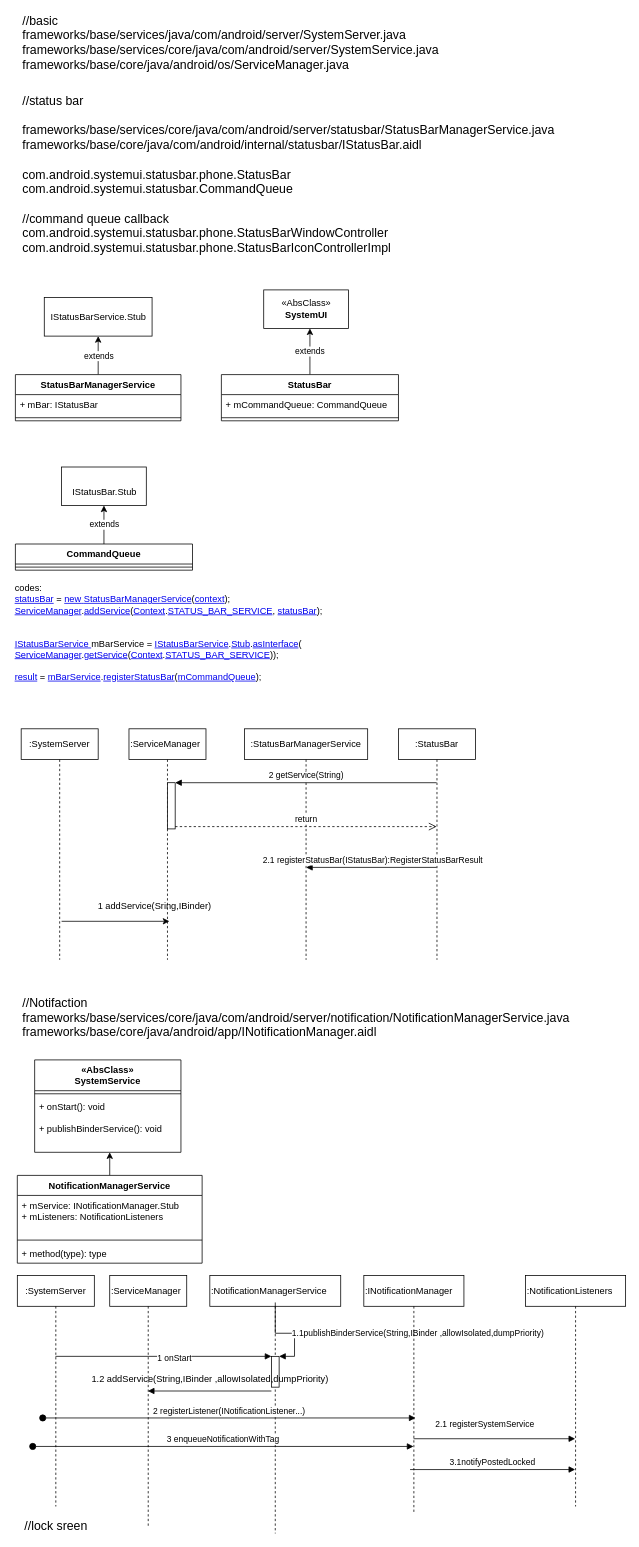
Earlier version of the draw.io diagram page "SystemUI" (2 of 14) of AF review.drawio (LBACK1912/chart). Source tidied: cells renumbered, new cells numbered last; positions are measured from the earlier drawing's top-left corner, leaving out a move shared by most shapes. Both pictures are drawn from the tidied source at 77%, with x=0, y=0 at pixel (13, 16).
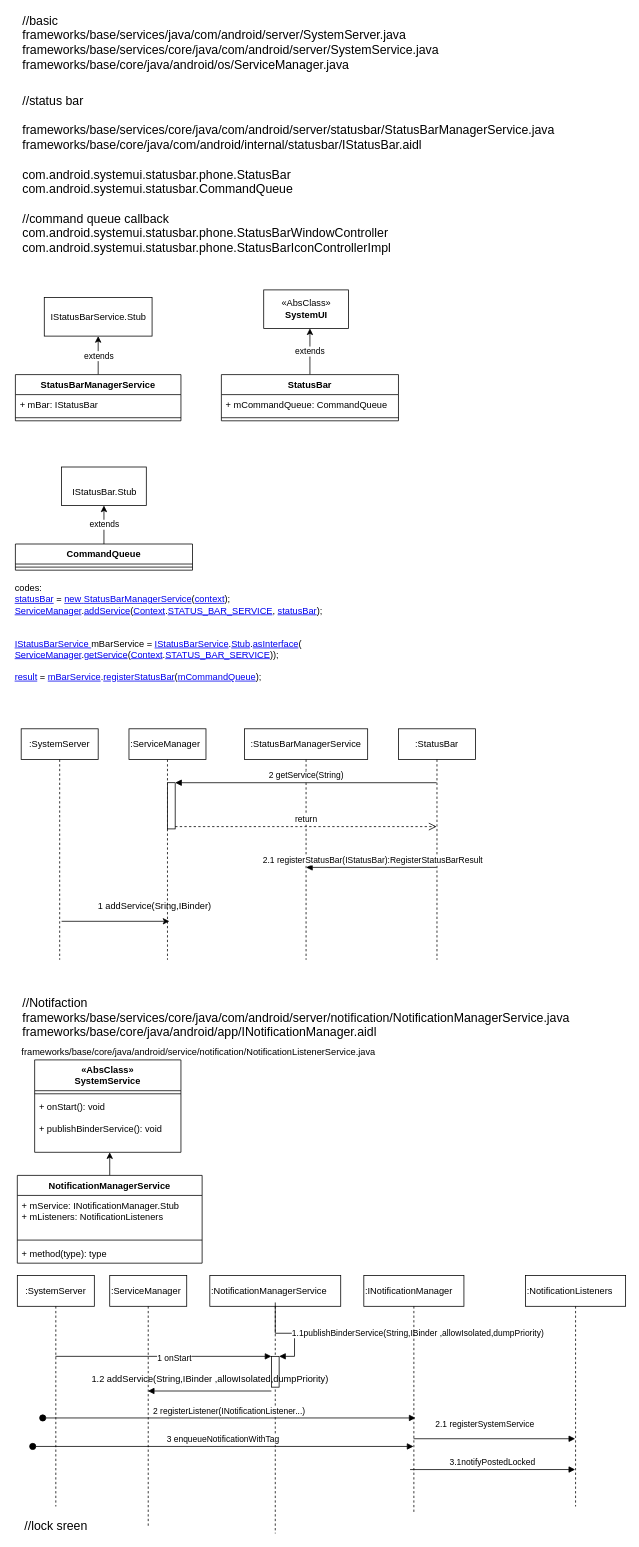
The same diagram, later.

Diff of the diagram source:
```diff
@@
+    <mxCell id="54" value="frameworks/base/core/java/android/service/notification/NotificationListenerService.java" style="text;html=1;align=center;verticalAlign=middle;" parent="1" vertex="1">
+      <mxGeometry x="5" y="1335" width="470" height="20" as="geometry" />
+    </mxCell>
```
